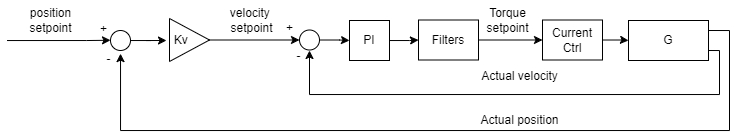
Before: assets/images/sinumerik_cascaded.drawio.png, a diagram exported from draw.io (eliasrhoden/eliasrhoden.github.io). Source tidied: cells renumbered, new cells last; positions are measured from the earlier drawing's top-left corner, leaving out a move shared by most shapes.
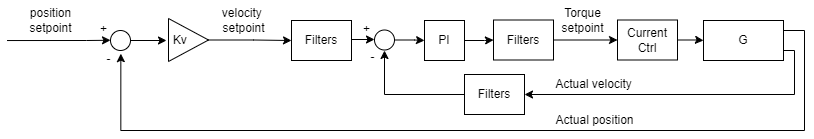
The same diagram one commit later.

What changed in the source:
```diff
@@ -10,47 +10,43 @@
         <Array as="points">
           <mxPoint x="722" y="30" />
           <mxPoint x="722" y="130" />
-          <mxPoint x="113" y="130" />
-          <mxPoint x="113" y="53" />
+          <mxPoint x="38" y="130" />
         </Array>
       </mxGeometry>
     </mxCell>
     <mxCell id="4" style="edgeStyle=orthogonalEdgeStyle;rounded=0;jettySize=auto;html=1;" parent="1" edge="1" source="5">
       <mxGeometry relative="1" as="geometry">
-        <mxPoint x="159" y="40" as="targetPoint" />
+        <mxPoint x="84" y="40" as="targetPoint" />
       </mxGeometry>
     </mxCell>
     <mxCell id="5" style="ellipse;whiteSpace=wrap;html=1;" parent="1" vertex="1">
-      <mxGeometry x="103" y="30" width="20" height="20" as="geometry" />
+      <mxGeometry x="28" y="30" width="20" height="20" as="geometry" />
     </mxCell>
     <mxCell id="6" style="edgeStyle=orthogonalEdgeStyle;rounded=0;orthogonalLoop=1;jettySize=auto;html=1;entryX=0;entryY=0.5;entryDx=0;entryDy=0;exitX=1.007;exitY=0.878;exitDx=0;exitDy=0;exitPerimeter=0;" parent="1" edge="1">
       <mxGeometry relative="1" as="geometry">
-        <mxPoint x="-0.4" y="40" as="sourcePoint" />
-        <mxPoint x="103" y="39.8" as="targetPoint" />
+        <mxPoint x="-75.4" y="40" as="sourcePoint" />
+        <mxPoint x="28" y="39.8" as="targetPoint" />
         <Array as="points">
-          <mxPoint x="79" y="40" />
-          <mxPoint x="79" y="40" />
+          <mxPoint x="4" y="40" />
+          <mxPoint x="4" y="40" />
         </Array>
       </mxGeometry>
     </mxCell>
     <mxCell id="7" value="position&lt;br&gt;setpoint" style="text;html=1;align=center;verticalAlign=middle;strokeColor=none;fillColor=none;" parent="1" vertex="1">
-      <mxGeometry x="8" width="70" height="40" as="geometry" />
+      <mxGeometry x="-67" width="70" height="40" as="geometry" />
     </mxCell>
     <mxCell id="8" value="+" style="text;html=1;align=center;verticalAlign=middle;strokeColor=none;fillColor=none;" parent="1" vertex="1">
-      <mxGeometry x="81" y="14" width="30" height="30" as="geometry" />
+      <mxGeometry x="6" y="14" width="30" height="30" as="geometry" />
     </mxCell>
     <mxCell id="9" value="-" style="text;html=1;align=center;verticalAlign=middle;strokeColor=none;fillColor=none;" parent="1" vertex="1">
-      <mxGeometry x="86" y="44" width="30" height="30" as="geometry" />
+      <mxGeometry x="11" y="44" width="30" height="30" as="geometry" />
     </mxCell>
     <mxCell id="10" value="velocity&amp;nbsp;&lt;br&gt;setpoint" style="text;html=1;align=center;verticalAlign=middle;strokeColor=none;fillColor=none;" parent="1" vertex="1">
-      <mxGeometry x="209" width="70" height="40" as="geometry" />
+      <mxGeometry x="126" width="70" height="40" as="geometry" />
     </mxCell>
     <mxCell id="11" value="Kv&amp;nbsp; &amp;nbsp; &amp;nbsp;" style="triangle;whiteSpace=wrap;html=1;" parent="1" vertex="1">
-      <mxGeometry x="162" y="18" width="40" height="43" as="geometry" />
+      <mxGeometry x="86" y="18" width="40" height="43" as="geometry" />
     </mxCell>
-    <mxCell id="12" style="edgeStyle=orthogonalEdgeStyle;rounded=0;jettySize=auto;html=1;entryX=0;entryY=0.5;entryDx=0;entryDy=0;exitX=1;exitY=0.5;exitDx=0;exitDy=0;" parent="1" edge="1" source="11" target="14">
-      <mxGeometry relative="1" as="geometry" />
-    </mxCell>
     <mxCell id="13" style="edgeStyle=orthogonalEdgeStyle;rounded=0;jettySize=auto;html=1;entryX=0;entryY=0.5;entryDx=0;entryDy=0;" parent="1" edge="1" source="14" target="16">
       <mxGeometry relative="1" as="geometry" />
     </mxCell>
@@ -75,9 +71,8 @@
     <mxCell id="20" value="Current&lt;br&gt;Ctrl" style="rounded=0;whiteSpace=wrap;html=1;" parent="1" vertex="1">
       <mxGeometry x="535" y="19.5" width="60" height="40" as="geometry" />
     </mxCell>
-    <mxCell id="21" style="edgeStyle=orthogonalEdgeStyle;rounded=0;jettySize=auto;html=1;exitX=1;exitY=0.75;exitDx=0;exitDy=0;" parent="1" edge="1" source="2">
+    <mxCell id="21" style="edgeStyle=orthogonalEdgeStyle;rounded=0;jettySize=auto;html=1;exitX=1;exitY=0.75;exitDx=0;exitDy=0;entryX=1;entryY=0.5;entryDx=0;entryDy=0;" parent="1" edge="1" source="2" target="31">
       <mxGeometry relative="1" as="geometry">
-        <mxPoint x="302" y="50" as="targetPoint" />
         <Array as="points">
           <mxPoint x="712" y="50" />
           <mxPoint x="712" y="94" />
@@ -88,16 +83,41 @@
       <mxGeometry x="462" y="105" width="100" height="30" as="geometry" />
     </mxCell>
     <mxCell id="23" value="Actual velocity" style="text;html=1;align=center;verticalAlign=middle;strokeColor=none;fillColor=none;" parent="1" vertex="1">
-      <mxGeometry x="462" y="61" width="100" height="30" as="geometry" />
+      <mxGeometry x="461" y="69" width="100" height="30" as="geometry" />
     </mxCell>
     <mxCell id="24" value="-" style="text;html=1;align=center;verticalAlign=middle;strokeColor=none;fillColor=none;" parent="1" vertex="1">
-      <mxGeometry x="276" y="41" width="30" height="30" as="geometry" />
+      <mxGeometry x="275" y="42" width="30" height="30" as="geometry" />
     </mxCell>
     <mxCell id="25" value="+" style="text;html=1;align=center;verticalAlign=middle;strokeColor=none;fillColor=none;" parent="1" vertex="1">
-      <mxGeometry x="267" y="13" width="30" height="30" as="geometry" />
+      <mxGeometry x="269" y="14" width="30" height="30" as="geometry" />
     </mxCell>
     <mxCell id="26" value="Torque&lt;br&gt;setpoint" style="text;html=1;align=center;verticalAlign=middle;strokeColor=none;fillColor=none;" parent="1" vertex="1">
       <mxGeometry x="465" width="70" height="40" as="geometry" />
     </mxCell>
+    <mxCell id="27" style="edgeStyle=orthogonalEdgeStyle;rounded=0;orthogonalLoop=1;jettySize=auto;html=1;entryX=0;entryY=0.5;entryDx=0;entryDy=0;" parent="1" edge="1">
+      <mxGeometry relative="1" as="geometry">
+        <mxPoint x="269" y="39" as="sourcePoint" />
+        <mxPoint x="292" y="38.5" as="targetPoint" />
+      </mxGeometry>
+    </mxCell>
+    <mxCell id="28" value="Filters" style="rounded=0;whiteSpace=wrap;html=1;" parent="1" vertex="1">
+      <mxGeometry x="209" y="20" width="60" height="40" as="geometry" />
+    </mxCell>
+    <mxCell id="29" style="edgeStyle=orthogonalEdgeStyle;rounded=0;jettySize=auto;html=1;exitX=1;exitY=0.5;exitDx=0;exitDy=0;" parent="1" edge="1" source="11">
+      <mxGeometry relative="1" as="geometry">
+        <mxPoint x="209" y="40" as="targetPoint" />
+        <Array as="points">
+          <mxPoint x="171" y="39" />
+        </Array>
+      </mxGeometry>
+    </mxCell>
+    <mxCell id="30" style="edgeStyle=orthogonalEdgeStyle;rounded=0;jettySize=auto;html=1;" parent="1" edge="1" source="31">
+      <mxGeometry relative="1" as="geometry">
+        <mxPoint x="302" y="50" as="targetPoint" />
+      </mxGeometry>
+    </mxCell>
+    <mxCell id="31" value="Filters" style="rounded=0;whiteSpace=wrap;html=1;" parent="1" vertex="1">
+      <mxGeometry x="382" y="74" width="60" height="40" as="geometry" />
+    </mxCell>
   </root>
 </mxGraphModel>
```
